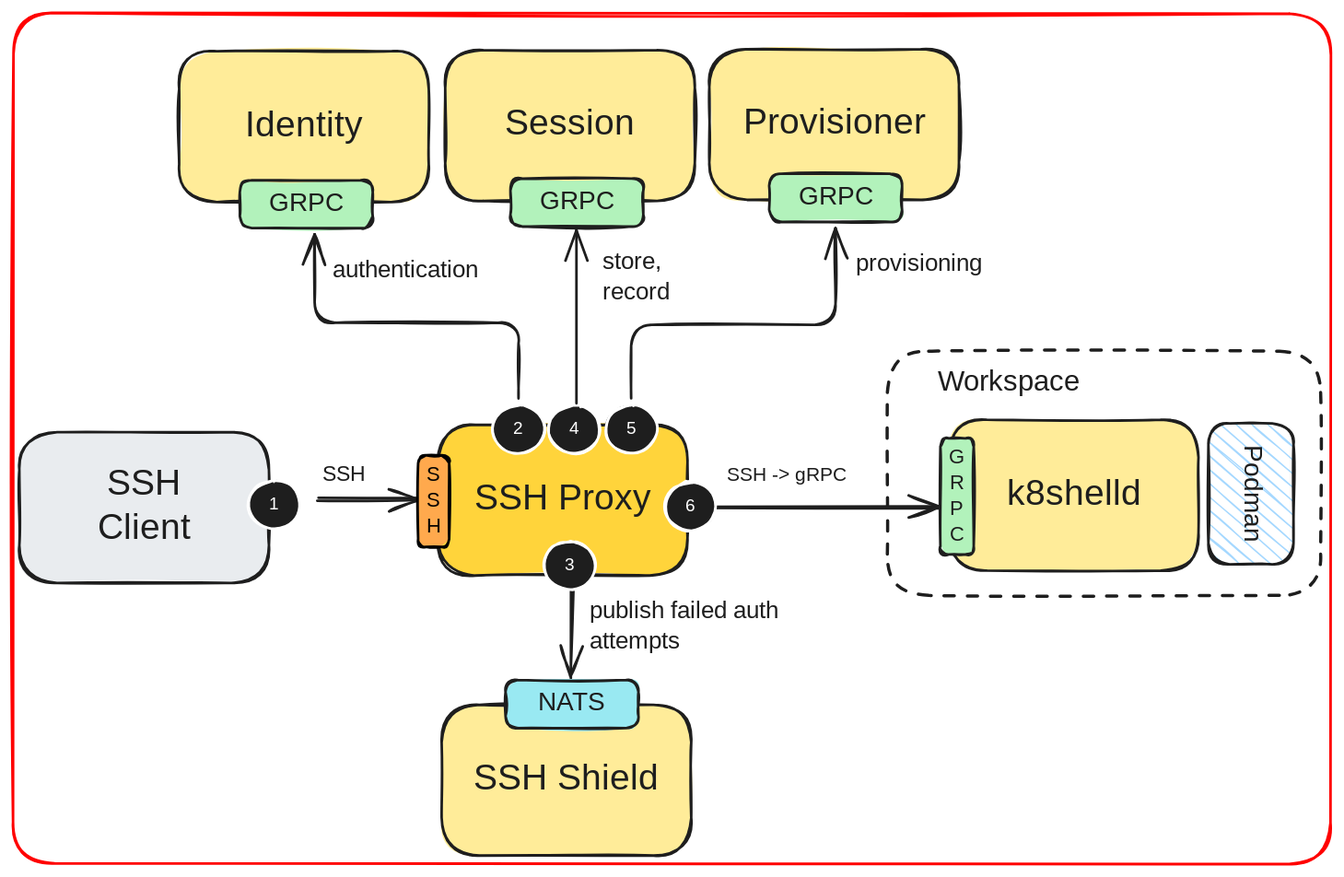
Before: drawings/ssh-architecture.excalidraw.svg, a diagram exported from Excalidraw (k8shell-io/docs). Source tidied: one line per element, renumbered; positions are measured from the earlier drawing's top-left corner, leaving out a move shared by most shapes.
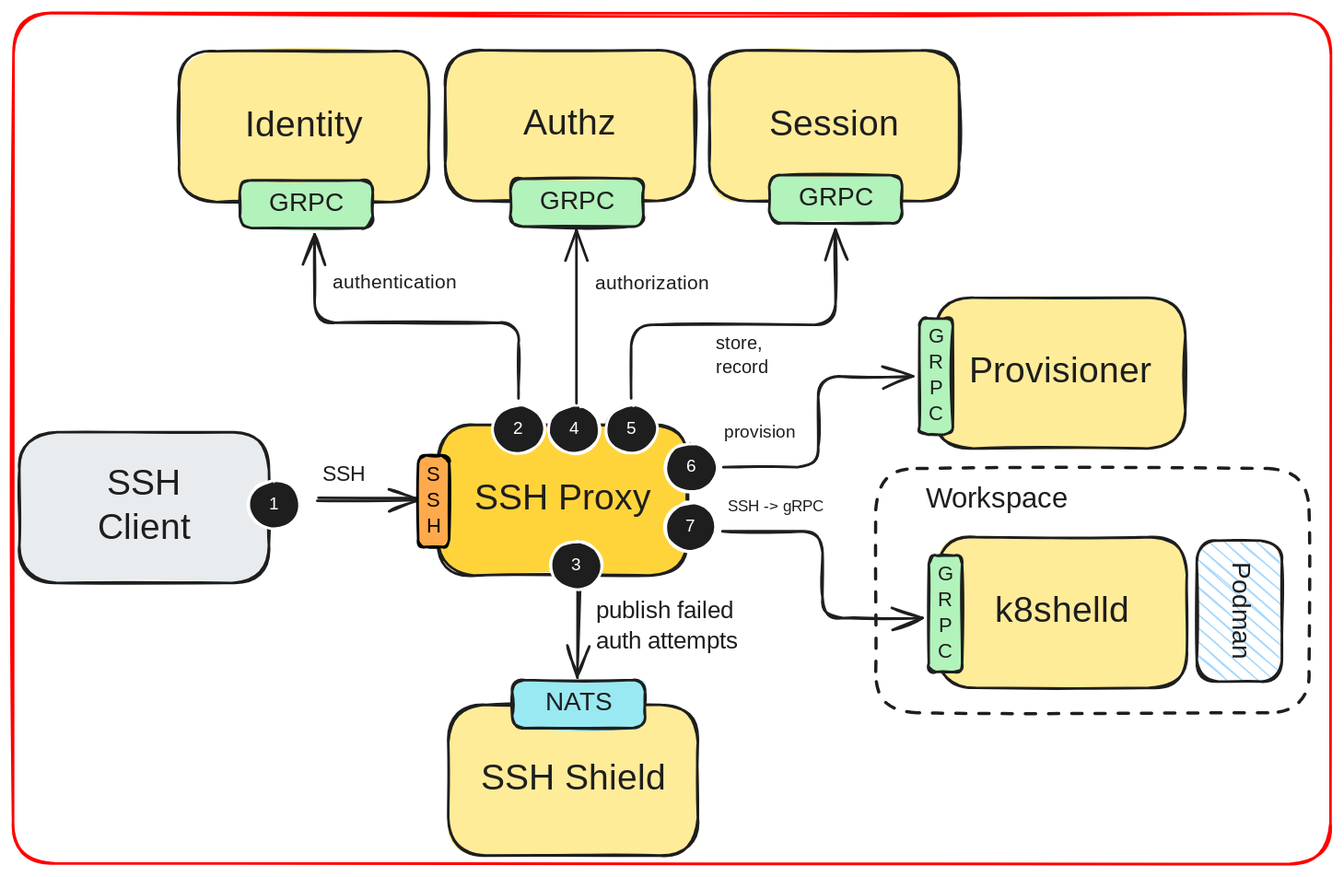
After the change.

Commit message:
authz services

Diff of the diagram source:
```diff
@@ -1,5 +1,5 @@
-{"id": 0, "type": "rectangle", "strokeColor": "#1e1e1e", "backgroundColor": "#ffec99", "fillStyle": "solid", "strokeWidth": 2, "roughness": 1, "round": true, "x": 726, "y": 315, "width": 194, "height": 117}
+{"id": 0, "type": "rectangle", "strokeColor": "#1e1e1e", "backgroundColor": "#ffec99", "fillStyle": "solid", "strokeWidth": 2, "roughness": 1, "round": true, "x": 717, "y": 406, "width": 194, "height": 117}
-{"id": 1, "type": "text", "text": "k8shelld", "strokeColor": "#1e1e1e", "strokeWidth": 2, "roughness": 1, "fontSize": 28, "fontFamily": 5, "textAlign": "center", "verticalAlign": "middle", "inside": 0, "x": 775, "y": 356, "width": 95, "height": 35}
+{"id": 1, "type": "text", "text": "k8shelld", "strokeColor": "#1e1e1e", "strokeWidth": 2, "roughness": 1, "fontSize": 28, "fontFamily": 5, "textAlign": "center", "verticalAlign": "middle", "inside": 0, "x": 766, "y": 447, "width": 95, "height": 35}
-{"id": 2, "type": "rectangle", "strokeColor": "#1e1e1e", "backgroundColor": "#b2f2bb", "fillStyle": "solid", "strokeWidth": 2, "roughness": 1, "round": true, "x": 719, "y": 330, "width": 26, "height": 90}
+{"id": 2, "type": "rectangle", "strokeColor": "#1e1e1e", "backgroundColor": "#b2f2bb", "fillStyle": "solid", "strokeWidth": 2, "roughness": 1, "round": true, "x": 710, "y": 421, "width": 26, "height": 90}
-{"id": 3, "type": "text", "text": "G\nR\nP\nC", "strokeColor": "#1e1e1e", "strokeWidth": 2, "roughness": 1, "fontSize": 16.02, "fontFamily": 5, "textAlign": "center", "verticalAlign": "middle", "inside": 2, "x": 726, "y": 335, "width": 12, "height": 80}
+{"id": 3, "type": "text", "text": "G\nR\nP\nC", "strokeColor": "#1e1e1e", "strokeWidth": 2, "roughness": 1, "fontSize": 16.02, "fontFamily": 5, "textAlign": "center", "verticalAlign": "middle", "inside": 2, "x": 717, "y": 426, "width": 12, "height": 80}
 {"id": 4, "type": "rectangle", "strokeColor": "#1e1e1e", "backgroundColor": "#ffd43b", "fillStyle": "solid", "strokeWidth": 2, "roughness": 1, "round": true, "x": 329, "y": 319, "width": 194, "height": 117}
@@ -9,13 +9,13 @@
 {"id": 8, "type": "arrow", "strokeColor": "#1e1e1e", "backgroundColor": "#e9ecef", "fillStyle": "solid", "strokeWidth": 2, "roughness": 1, "endArrowhead": "arrow", "round": true, "from": 20, "to": 51, "x": 236, "y": 376, "width": 78, "height": 0, "points": [[0, 0], [78, 0]]}
-{"id": 9, "type": "arrow", "strokeColor": "#1e1e1e", "strokeWidth": 2, "roughness": 1, "endArrowhead": "arrow", "round": true, "from": 4, "to": 2, "x": 528, "y": 384, "width": 189, "height": 1, "points": [[0, 0], [189, -1]]}
+{"id": 9, "type": "arrow", "strokeColor": "#1e1e1e", "strokeWidth": 2, "roughness": 1, "endArrowhead": "arrow", "from": 26, "to": 2, "x": 550, "y": 402, "width": 155, "height": 67, "points": [[0, 0], [78, 0], [78, 67], [155, 67]]}
 {"id": 10, "type": "text", "text": "SSH", "strokeColor": "#1e1e1e", "backgroundColor": "#ffd43b", "fillStyle": "solid", "strokeWidth": 2, "roughness": 1, "fontSize": 16.69, "fontFamily": 5, "x": 240, "y": 348, "width": 30, "height": 21}
-{"id": 11, "type": "text", "text": "SSH -> gRPC", "strokeColor": "#1e1e1e", "backgroundColor": "#ffd43b", "fillStyle": "solid", "strokeWidth": 2, "roughness": 1, "fontSize": 15.28, "fontFamily": 5, "x": 553, "y": 349, "width": 95, "height": 19}
+{"id": 11, "type": "text", "text": "SSH -> gRPC", "strokeColor": "#1e1e1e", "backgroundColor": "#ffd43b", "fillStyle": "solid", "strokeWidth": 2, "roughness": 1, "fontSize": 12.48, "fontFamily": 5, "x": 554, "y": 375, "width": 77, "height": 16}
-{"id": 12, "type": "rectangle", "strokeColor": "#1e1e1e", "strokeWidth": 2, "strokeStyle": "dashed", "roughness": 1, "round": true, "x": 678, "y": 262, "width": 336, "height": 189}
+{"id": 12, "type": "rectangle", "strokeColor": "#1e1e1e", "strokeWidth": 2, "strokeStyle": "dashed", "roughness": 1, "round": true, "x": 669, "y": 353, "width": 336, "height": 189}
-{"id": 13, "type": "text", "text": "Workspace", "strokeColor": "#1e1e1e", "strokeWidth": 2, "strokeStyle": "dashed", "roughness": 1, "fontSize": 22.38, "fontFamily": 5, "x": 717, "y": 273, "width": 112, "height": 28}
+{"id": 13, "type": "text", "text": "Workspace", "strokeColor": "#1e1e1e", "strokeWidth": 2, "strokeStyle": "dashed", "roughness": 1, "fontSize": 22.38, "fontFamily": 5, "x": 708, "y": 364, "width": 112, "height": 28}
-{"id": 14, "type": "rectangle", "strokeColor": "#1e1e1e", "backgroundColor": "#ffec99", "fillStyle": "solid", "strokeWidth": 2, "roughness": 1, "round": true, "x": 332, "y": 536, "width": 194, "height": 117}
+{"id": 14, "type": "rectangle", "strokeColor": "#1e1e1e", "backgroundColor": "#ffec99", "fillStyle": "solid", "strokeWidth": 2, "roughness": 1, "round": true, "x": 337, "y": 536, "width": 194, "height": 117}
-{"id": 15, "type": "text", "text": "SSH Shield", "strokeColor": "#1e1e1e", "strokeWidth": 2, "roughness": 1, "fontSize": 28, "fontFamily": 5, "textAlign": "center", "verticalAlign": "middle", "inside": 14, "x": 359, "y": 577, "width": 140, "height": 35}
+{"id": 15, "type": "text", "text": "SSH Shield", "strokeColor": "#1e1e1e", "strokeWidth": 2, "roughness": 1, "fontSize": 28, "fontFamily": 5, "textAlign": "center", "verticalAlign": "middle", "inside": 14, "x": 364, "y": 577, "width": 140, "height": 35}
-{"id": 16, "type": "arrow", "strokeColor": "#1e1e1e", "backgroundColor": "#ffec99", "fillStyle": "solid", "strokeWidth": 2, "roughness": 1, "endArrowhead": "arrow", "round": true, "from": 28, "to": 49, "x": 433, "y": 445, "width": 2, "height": 70, "points": [[0, 0], [-2, 70]]}
+{"id": 16, "type": "arrow", "strokeColor": "#1e1e1e", "backgroundColor": "#ffec99", "fillStyle": "solid", "strokeWidth": 2, "roughness": 1, "endArrowhead": "arrow", "round": true, "from": 28, "to": 49, "x": 438, "y": 445, "width": 2, "height": 70, "points": [[0, 0], [-2, 70]]}
-{"id": 17, "type": "text", "text": "publish failed auth\nattempts", "strokeColor": "#1e1e1e", "backgroundColor": "#ffd43b", "fillStyle": "solid", "strokeWidth": 2, "roughness": 1, "fontSize": 18.93, "fontFamily": 5, "x": 447, "y": 452, "width": 169, "height": 47}
+{"id": 17, "type": "text", "text": "publish failed \nauth attempts", "strokeColor": "#1e1e1e", "backgroundColor": "#ffd43b", "fillStyle": "solid", "strokeWidth": 2, "roughness": 1, "fontSize": 18.93, "fontFamily": 5, "x": 452, "y": 452, "width": 136, "height": 47}
-{"id": 18, "type": "rectangle", "strokeColor": "#1e1e1e", "angle": 1.57, "backgroundColor": "#a5d8ff", "fillStyle": "hachure", "strokeWidth": 2, "roughness": 1, "round": true, "x": 905, "y": 340, "width": 109, "height": 66}
+{"id": 18, "type": "rectangle", "strokeColor": "#1e1e1e", "angle": 1.57, "backgroundColor": "#a5d8ff", "fillStyle": "hachure", "strokeWidth": 2, "roughness": 1, "round": true, "x": 896, "y": 431, "width": 109, "height": 66}
-{"id": 19, "type": "text", "text": "Podman", "strokeColor": "#1e1e1e", "angle": 1.57, "strokeWidth": 2, "roughness": 1, "fontSize": 20, "fontFamily": 5, "textAlign": "center", "verticalAlign": "middle", "inside": 18, "x": 924, "y": 360, "width": 73, "height": 25}
+{"id": 19, "type": "text", "text": "Podman", "strokeColor": "#1e1e1e", "angle": 1.57, "strokeWidth": 2, "roughness": 1, "fontSize": 20, "fontFamily": 5, "textAlign": "center", "verticalAlign": "middle", "inside": 18, "x": 915, "y": 451, "width": 73, "height": 25}
 {"id": 20, "type": "ellipse", "strokeColor": "#ffffff", "backgroundColor": "#1e1e1e", "fillStyle": "solid", "strokeWidth": 2, "roughness": 1, "round": true, "x": 183, "y": 362, "width": 40, "height": 38}
@@ -26,10 +26,10 @@
 {"id": 25, "type": "text", "text": "5", "strokeColor": "#ffffff", "backgroundColor": "#1e1e1e", "fillStyle": "solid", "strokeWidth": 2, "roughness": 1, "fontSize": 13.5, "fontFamily": 5, "textAlign": "center", "verticalAlign": "middle", "inside": 24, "x": 475, "y": 314, "width": 8, "height": 17}
-{"id": 26, "type": "ellipse", "strokeColor": "#ffffff", "backgroundColor": "#1e1e1e", "fillStyle": "solid", "strokeWidth": 2, "roughness": 1, "round": true, "x": 505, "y": 364, "width": 40, "height": 38}
+{"id": 26, "type": "ellipse", "strokeColor": "#ffffff", "backgroundColor": "#1e1e1e", "fillStyle": "solid", "strokeWidth": 2, "roughness": 1, "round": true, "x": 505, "y": 380, "width": 40, "height": 38}
-{"id": 27, "type": "text", "text": "6", "strokeColor": "#ffffff", "backgroundColor": "#1e1e1e", "fillStyle": "solid", "strokeWidth": 2, "roughness": 1, "fontSize": 13.5, "fontFamily": 5, "textAlign": "center", "verticalAlign": "middle", "inside": 26, "x": 521, "y": 374, "width": 9, "height": 17}
+{"id": 27, "type": "text", "text": "7", "strokeColor": "#ffffff", "backgroundColor": "#1e1e1e", "fillStyle": "solid", "strokeWidth": 2, "roughness": 1, "fontSize": 13.5, "fontFamily": 5, "textAlign": "center", "verticalAlign": "middle", "inside": 26, "x": 522, "y": 390, "width": 8, "height": 17}
-{"id": 28, "type": "ellipse", "strokeColor": "#ffffff", "backgroundColor": "#1e1e1e", "fillStyle": "solid", "strokeWidth": 2, "roughness": 1, "round": true, "x": 412, "y": 410, "width": 40, "height": 38}
+{"id": 28, "type": "ellipse", "strokeColor": "#ffffff", "backgroundColor": "#1e1e1e", "fillStyle": "solid", "strokeWidth": 2, "roughness": 1, "round": true, "x": 417, "y": 410, "width": 40, "height": 38}
-{"id": 29, "type": "text", "text": "3", "strokeColor": "#ffffff", "backgroundColor": "#1e1e1e", "fillStyle": "solid", "strokeWidth": 2, "roughness": 1, "fontSize": 13.5, "fontFamily": 5, "textAlign": "center", "verticalAlign": "middle", "inside": 28, "x": 427, "y": 420, "width": 8, "height": 17}
+{"id": 29, "type": "text", "text": "3", "strokeColor": "#ffffff", "backgroundColor": "#1e1e1e", "fillStyle": "solid", "strokeWidth": 2, "roughness": 1, "fontSize": 13.5, "fontFamily": 5, "textAlign": "center", "verticalAlign": "middle", "inside": 28, "x": 433, "y": 420, "width": 8, "height": 17}
-{"id": 30, "type": "arrow", "strokeColor": "#1e1e1e", "backgroundColor": "#b2f2bb", "fillStyle": "solid", "strokeWidth": 2, "roughness": 1, "endArrowhead": "arrow", "from": 24, "to": 44, "x": 479, "y": 299, "width": 158, "height": 132, "points": [[0, 0], [0, -57], [158, -57], [158, -132]]}
+{"id": 30, "type": "arrow", "strokeColor": "#1e1e1e", "backgroundColor": "#b2f2bb", "fillStyle": "solid", "strokeWidth": 2, "roughness": 1, "endArrowhead": "arrow", "from": 24, "to": 44, "x": 479, "y": 299, "width": 158, "height": 131, "points": [[0, 0], [0, -57], [158, -57], [158, -131]]}
 {"id": 31, "type": "ellipse", "strokeColor": "#ffffff", "backgroundColor": "#1e1e1e", "fillStyle": "solid", "strokeWidth": 2, "roughness": 1, "round": true, "x": 415, "y": 304, "width": 40, "height": 38}
 {"id": 32, "type": "text", "text": "4", "strokeColor": "#ffffff", "backgroundColor": "#1e1e1e", "fillStyle": "solid", "strokeWidth": 2, "roughness": 1, "fontSize": 13.5, "fontFamily": 5, "textAlign": "center", "verticalAlign": "middle", "inside": 31, "x": 431, "y": 314, "width": 8, "height": 17}
-{"id": 33, "type": "text", "text": "store,\nrecord", "strokeColor": "#1e1e1e", "backgroundColor": "#ffd43b", "fillStyle": "solid", "strokeWidth": 2, "roughness": 1, "fontSize": 18.86, "fontFamily": 5, "x": 457, "y": 182, "width": 58, "height": 47}
+{"id": 33, "type": "text", "text": "store,\nrecord", "strokeColor": "#1e1e1e", "backgroundColor": "#ffd43b", "fillStyle": "solid", "strokeWidth": 2, "roughness": 1, "fontSize": 14.59, "fontFamily": 5, "x": 545, "y": 248, "width": 44, "height": 36}
 {"id": 34, "type": "rectangle", "strokeColor": "#1e1e1e", "backgroundColor": "#ffec99", "fillStyle": "solid", "strokeWidth": 2, "roughness": 1, "round": true, "x": 129, "y": 29, "width": 194, "height": 117}
@@ -39,14 +39,14 @@
 {"id": 38, "type": "rectangle", "strokeColor": "#1e1e1e", "backgroundColor": "#ffec99", "fillStyle": "solid", "strokeWidth": 2, "roughness": 1, "round": true, "x": 335, "y": 29, "width": 194, "height": 117}
-{"id": 39, "type": "text", "text": "Session", "strokeColor": "#1e1e1e", "strokeWidth": 2, "roughness": 1, "fontSize": 28, "fontFamily": 5, "textAlign": "center", "verticalAlign": "middle", "inside": 38, "x": 381, "y": 70, "width": 101, "height": 35}
+{"id": 39, "type": "text", "text": "Authz", "strokeColor": "#1e1e1e", "strokeWidth": 2, "roughness": 1, "fontSize": 28, "fontFamily": 5, "textAlign": "center", "verticalAlign": "middle", "inside": 38, "x": 391, "y": 70, "width": 82, "height": 35}
 {"id": 40, "type": "rectangle", "strokeColor": "#1e1e1e", "backgroundColor": "#b2f2bb", "fillStyle": "solid", "strokeWidth": 2, "roughness": 1, "round": true, "x": 386, "y": 128, "width": 103, "height": 37}
 {"id": 41, "type": "text", "text": "GRPC", "strokeColor": "#1e1e1e", "strokeWidth": 2, "roughness": 1, "fontSize": 19.84, "fontFamily": 5, "textAlign": "center", "verticalAlign": "middle", "inside": 40, "x": 409, "y": 134, "width": 56, "height": 25}
-{"id": 42, "type": "rectangle", "strokeColor": "#1e1e1e", "backgroundColor": "#ffec99", "fillStyle": "solid", "strokeWidth": 2, "roughness": 1, "round": true, "x": 540, "y": 28, "width": 194, "height": 117}
+{"id": 42, "type": "rectangle", "strokeColor": "#1e1e1e", "backgroundColor": "#ffec99", "fillStyle": "solid", "strokeWidth": 2, "roughness": 1, "round": true, "x": 540, "y": 29, "width": 194, "height": 117}
-{"id": 43, "type": "text", "text": "Provisioner", "strokeColor": "#1e1e1e", "strokeWidth": 2, "roughness": 1, "fontSize": 28, "fontFamily": 5, "textAlign": "center", "verticalAlign": "middle", "inside": 42, "x": 562, "y": 69, "width": 150, "height": 35}
+{"id": 43, "type": "text", "text": "Session", "strokeColor": "#1e1e1e", "strokeWidth": 2, "roughness": 1, "fontSize": 28, "fontFamily": 5, "textAlign": "center", "verticalAlign": "middle", "inside": 42, "x": 586, "y": 70, "width": 101, "height": 35}
-{"id": 44, "type": "rectangle", "strokeColor": "#1e1e1e", "backgroundColor": "#b2f2bb", "fillStyle": "solid", "strokeWidth": 2, "roughness": 1, "round": true, "x": 586, "y": 125, "width": 103, "height": 37}
+{"id": 44, "type": "rectangle", "strokeColor": "#1e1e1e", "backgroundColor": "#b2f2bb", "fillStyle": "solid", "strokeWidth": 2, "roughness": 1, "round": true, "x": 586, "y": 126, "width": 103, "height": 37}
-{"id": 45, "type": "text", "text": "GRPC", "strokeColor": "#1e1e1e", "strokeWidth": 2, "roughness": 1, "fontSize": 19.84, "fontFamily": 5, "textAlign": "center", "verticalAlign": "middle", "inside": 44, "x": 610, "y": 131, "width": 56, "height": 25}
+{"id": 45, "type": "text", "text": "GRPC", "strokeColor": "#1e1e1e", "strokeWidth": 2, "roughness": 1, "fontSize": 19.84, "fontFamily": 5, "textAlign": "center", "verticalAlign": "middle", "inside": 44, "x": 610, "y": 132, "width": 56, "height": 25}
-{"id": 46, "type": "text", "text": " provisioning", "strokeColor": "#1e1e1e", "backgroundColor": "#ffd43b", "fillStyle": "solid", "strokeWidth": 2, "roughness": 1, "fontSize": 18.86, "fontFamily": 5, "x": 649, "y": 183, "width": 112, "height": 24}
+{"id": 46, "type": "text", "text": " provision", "strokeColor": "#1e1e1e", "backgroundColor": "#ffd43b", "fillStyle": "solid", "strokeWidth": 2, "roughness": 1, "fontSize": 13.69, "fontFamily": 5, "x": 547, "y": 317, "width": 63, "height": 17}
 {"id": 47, "type": "arrow", "strokeColor": "#1e1e1e", "backgroundColor": "#ffec99", "fillStyle": "solid", "strokeWidth": 2, "roughness": 1, "endArrowhead": "arrow", "from": 22, "to": 36, "x": 392, "y": 299, "width": 158, "height": 127, "points": [[0, 0], [0, -59], [-158, -59], [-158, -127]]}
-{"id": 48, "type": "text", "text": "authentication", "strokeColor": "#1e1e1e", "backgroundColor": "#ffd43b", "fillStyle": "solid", "strokeWidth": 2, "roughness": 1, "fontSize": 18.86, "fontFamily": 5, "x": 248, "y": 188, "width": 134, "height": 24}
+{"id": 48, "type": "text", "text": "authentication", "strokeColor": "#1e1e1e", "backgroundColor": "#ffd43b", "fillStyle": "solid", "strokeWidth": 2, "roughness": 1, "fontSize": 15.07, "fontFamily": 5, "x": 248, "y": 200, "width": 107, "height": 19}
-{"id": 49, "type": "rectangle", "strokeColor": "#1e1e1e", "backgroundColor": "#99e9f2", "fillStyle": "solid", "strokeWidth": 2, "roughness": 1, "round": true, "x": 382, "y": 517, "width": 103, "height": 37}
+{"id": 49, "type": "rectangle", "strokeColor": "#1e1e1e", "backgroundColor": "#99e9f2", "fillStyle": "solid", "strokeWidth": 2, "roughness": 1, "round": true, "x": 387, "y": 517, "width": 103, "height": 37}
-{"id": 50, "type": "text", "text": "NATS", "strokeColor": "#1e1e1e", "strokeWidth": 2, "roughness": 1, "fontSize": 19.84, "fontFamily": 5, "textAlign": "center", "verticalAlign": "middle", "inside": 49, "x": 407, "y": 523, "width": 54, "height": 25}
+{"id": 50, "type": "text", "text": "NATS", "strokeColor": "#1e1e1e", "strokeWidth": 2, "roughness": 1, "fontSize": 19.84, "fontFamily": 5, "textAlign": "center", "verticalAlign": "middle", "inside": 49, "x": 412, "y": 523, "width": 54, "height": 25}
 {"id": 51, "type": "rectangle", "strokeColor": "#000000", "backgroundColor": "#ffa94d", "fillStyle": "solid", "strokeWidth": 2, "roughness": 1, "round": true, "x": 314, "y": 343, "width": 24, "height": 71}
@@ -55,1 +55,9 @@
 {"id": 54, "type": "arrow", "strokeColor": "#1e1e1e", "strokeWidth": 2, "roughness": 0, "endArrowhead": "arrow", "round": true, "from": 31, "to": 40, "x": 437, "y": 303, "width": 0, "height": 134, "points": [[0, 0], [0, -134]]}
+{"id": 55, "type": "rectangle", "strokeColor": "#1e1e1e", "backgroundColor": "#ffec99", "fillStyle": "solid", "strokeWidth": 2, "roughness": 1, "round": true, "x": 716, "y": 221, "width": 194, "height": 117}
+{"id": 56, "type": "text", "text": "Provisioner", "strokeColor": "#1e1e1e", "strokeWidth": 2, "roughness": 1, "fontSize": 28, "fontFamily": 5, "textAlign": "center", "verticalAlign": "middle", "inside": 55, "x": 738, "y": 262, "width": 150, "height": 35}
+{"id": 57, "type": "rectangle", "strokeColor": "#1e1e1e", "backgroundColor": "#b2f2bb", "fillStyle": "solid", "strokeWidth": 2, "roughness": 1, "round": true, "x": 703, "y": 237, "width": 26, "height": 90}
+{"id": 58, "type": "text", "text": "G\nR\nP\nC", "strokeColor": "#1e1e1e", "strokeWidth": 2, "roughness": 1, "fontSize": 16.02, "fontFamily": 5, "textAlign": "center", "verticalAlign": "middle", "inside": 57, "x": 710, "y": 242, "width": 12, "height": 80}
+{"id": 59, "type": "ellipse", "strokeColor": "#ffffff", "backgroundColor": "#1e1e1e", "fillStyle": "solid", "strokeWidth": 2, "roughness": 1, "round": true, "x": 506, "y": 333, "width": 40, "height": 38}
+{"id": 60, "type": "text", "text": "6", "strokeColor": "#ffffff", "backgroundColor": "#1e1e1e", "fillStyle": "solid", "strokeWidth": 2, "roughness": 1, "fontSize": 13.5, "fontFamily": 5, "textAlign": "center", "verticalAlign": "middle", "inside": 59, "x": 521, "y": 344, "width": 9, "height": 17}
+{"id": 61, "type": "arrow", "strokeColor": "#1e1e1e", "strokeWidth": 2, "roughness": 1, "endArrowhead": "arrow", "from": 59, "to": 57, "x": 551, "y": 352, "width": 147, "height": 70, "points": [[0, 0], [74, 0], [74, -70], [147, -70]]}
+{"id": 62, "type": "text", "text": "authorization", "strokeColor": "#1e1e1e", "backgroundColor": "#ffd43b", "fillStyle": "solid", "strokeWidth": 2, "roughness": 1, "fontSize": 15.07, "fontFamily": 5, "x": 451, "y": 201, "width": 99, "height": 19}
```
